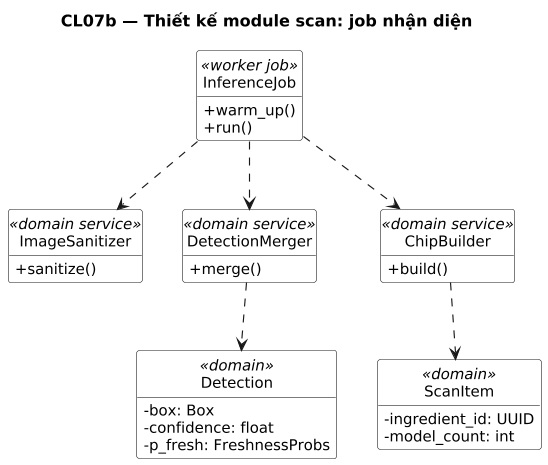
Above: docs/uml/out/class/CL07b-thiet-ke-scan-nhan-dien.png in NamBuw/Tastoria (PlantUML), before the change. The source it was exported from:
```plantuml
@startuml
title CL07b — Thiết kế module scan: job nhận diện
skinparam shadowing false
skinparam defaultFontName DejaVu Sans
skinparam defaultFontSize 13
skinparam dpi 110

hide circle
hide empty members
skinparam classAttributeIconSize 0
skinparam ClassBackgroundColor White

class "InferenceJob" as J <<worker job>> {
  +warm_up()
  +run()
}
class "ImageSanitizer" as IS <<domain service>> {
  +sanitize()
}
class "DetectionMerger" as DM <<domain service>> {
  +merge()
}
class "ChipBuilder" as CB <<domain service>> {
  +build()
}
class "Detection" as DT <<domain>> {
  -box: Box
  -confidence: float
  -p_fresh: FreshnessProbs
}
class "ScanItem" as IT <<domain>> {
  -ingredient_id: UUID
  -model_count: int
}

J ..> DM
J ..> CB
DM ..> DT
CB ..> IT
J ..> IS
@enduml
```
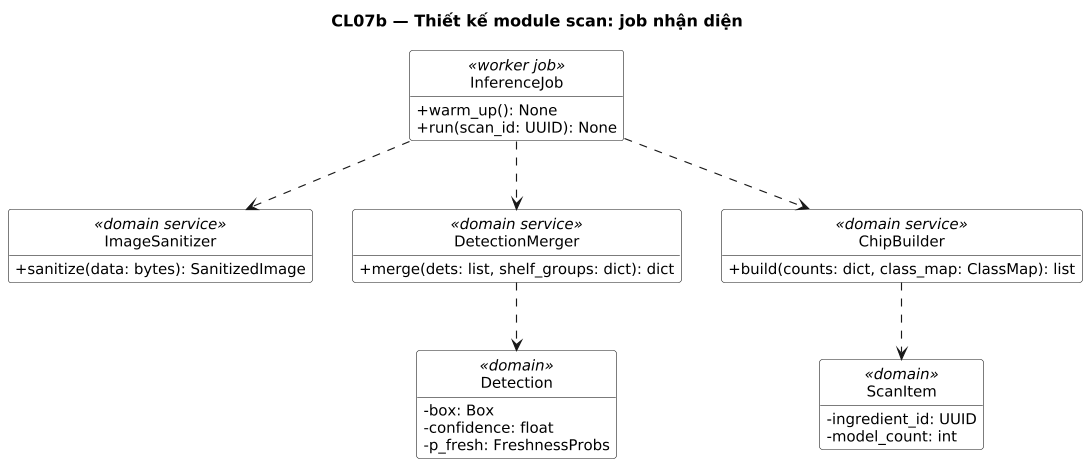
Above is the later version.

Diff of the diagram source:
```diff
@@ -11,17 +11,17 @@
 skinparam ClassBackgroundColor White
 
 class "InferenceJob" as J <<worker job>> {
-  +warm_up()
-  +run()
+  +warm_up(): None
+  +run(scan_id: UUID): None
 }
 class "ImageSanitizer" as IS <<domain service>> {
-  +sanitize()
+  +sanitize(data: bytes): SanitizedImage
 }
 class "DetectionMerger" as DM <<domain service>> {
-  +merge()
+  +merge(dets: list, shelf_groups: dict): dict
 }
 class "ChipBuilder" as CB <<domain service>> {
-  +build()
+  +build(counts: dict, class_map: ClassMap): list
 }
 class "Detection" as DT <<domain>> {
   -box: Box
```
